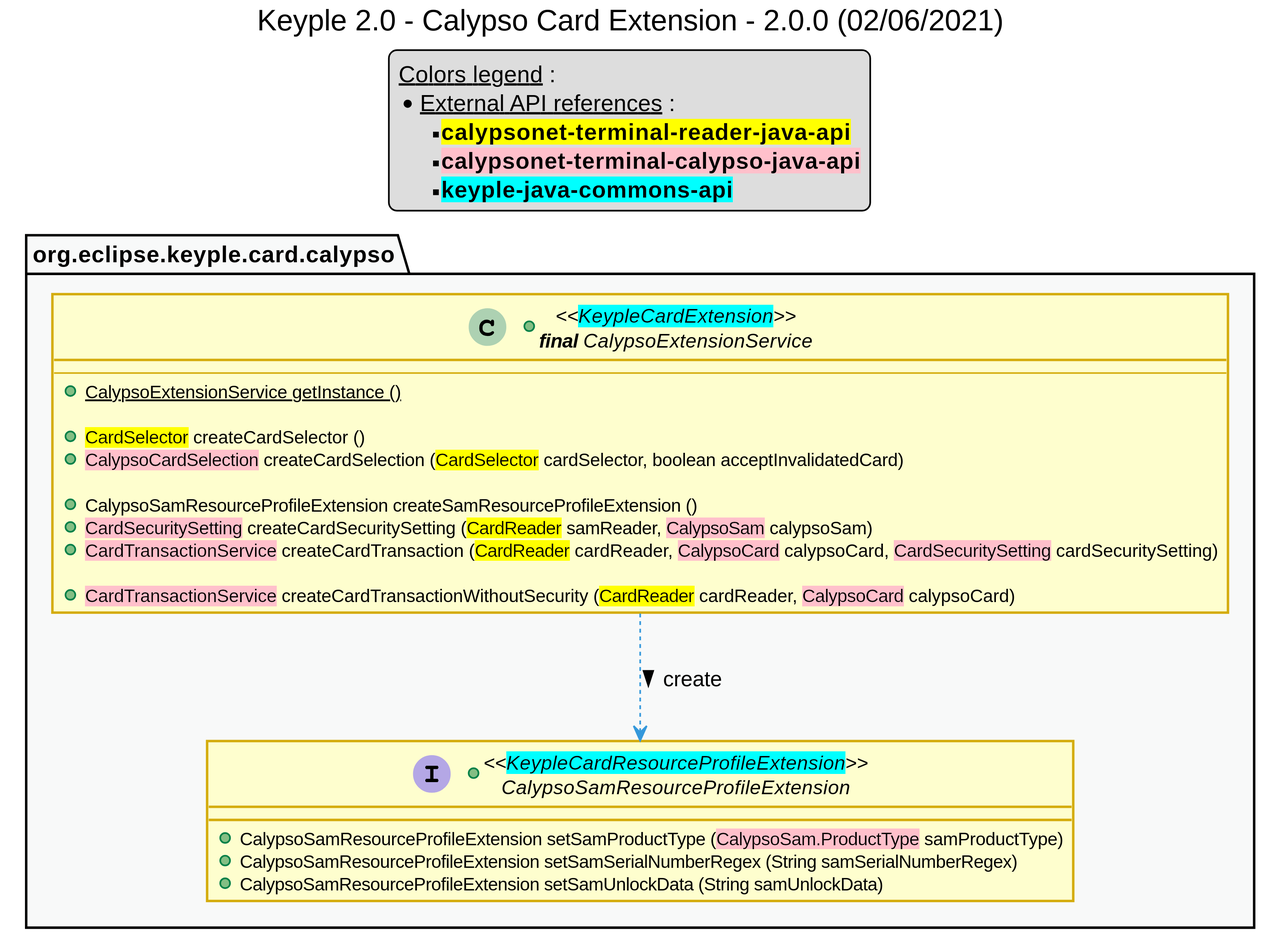
This is uml/class/extensions/card-calypso/keyple_2_0_class_calypso_card_extension.svg from calypsonet/keyple_2_0, a PlantUML export, as it was before one commit.
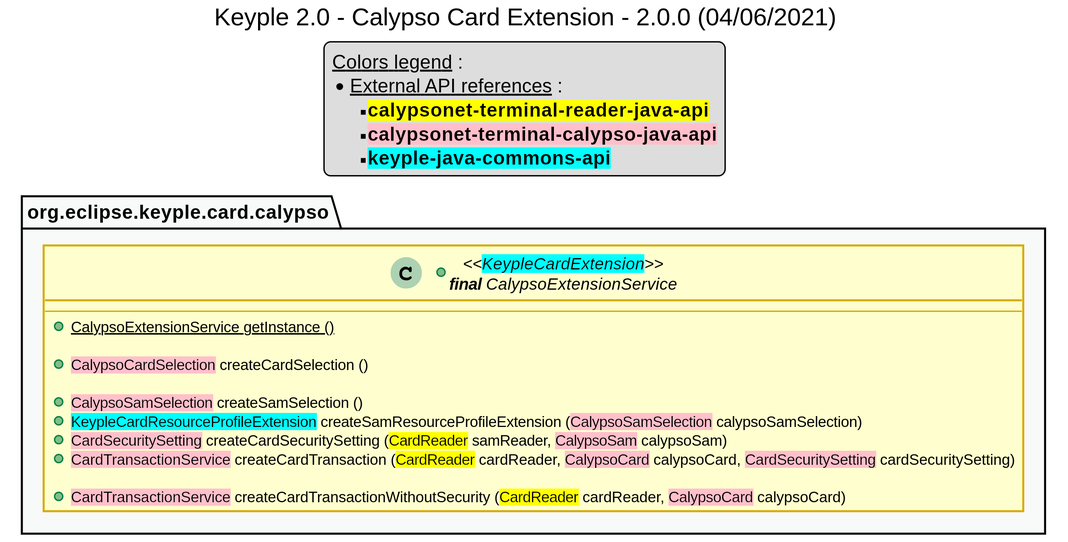
The same diagram one commit later.

What changed in the source:
```diff
@@ -1,6 +1,6 @@
 @startuml
 title
-    Keyple 2.0 - Calypso Card Extension - 2.0.0 (02/06/2021)
+    Keyple 2.0 - Calypso Card Extension - 2.0.0 (04/06/2021)
 end title
 
 
@@ -50,25 +50,16 @@
         --
         +{static} CalypsoExtensionService getInstance ()
 
-        +<back:yellow>CardSelector</back> createCardSelector ()
-        +<back:pink>CalypsoCardSelection</back> createCardSelection (<back:yellow>CardSelector</back> cardSelector, boolean acceptInvalidatedCard)
+        +<back:pink>CalypsoCardSelection</back> createCardSelection ()
 
-        +CalypsoSamResourceProfileExtension createSamResourceProfileExtension ()
+        +<back:pink>CalypsoSamSelection</back> createSamSelection ()
+        +<back:cyan>KeypleCardResourceProfileExtension</back> createSamResourceProfileExtension (<back:pink>CalypsoSamSelection</back> calypsoSamSelection)
         +<back:pink>CardSecuritySetting</back> createCardSecuritySetting (<back:yellow>CardReader</back> samReader, <back:pink>CalypsoSam</back> calypsoSam)
         +<back:pink>CardTransactionService</back> createCardTransaction (<back:yellow>CardReader</back> cardReader, <back:pink>CalypsoCard</back> calypsoCard, <back:pink>CardSecuritySetting</back> cardSecuritySetting)
 
         +<back:pink>CardTransactionService</back> createCardTransactionWithoutSecurity (<back:yellow>CardReader</back> cardReader, <back:pink>CalypsoCard</back> calypsoCard)
     }
-
-    +interface "<<<back:cyan>KeypleCardResourceProfileExtension</back>>>\nCalypsoSamResourceProfileExtension" as CalypsoSamResourceProfileExtension {
-        +CalypsoSamResourceProfileExtension setSamProductType (<back:pink>CalypsoSam.ProductType</back> samProductType)
-        +CalypsoSamResourceProfileExtension setSamSerialNumberRegex (String samSerialNumberRegex)
-        +CalypsoSamResourceProfileExtension setSamUnlockData (String samUnlockData)
-    }
 }
-
-
-CalypsoExtensionService ..> CalypsoSamResourceProfileExtension #C_LINK : create >
 
 
 
```
